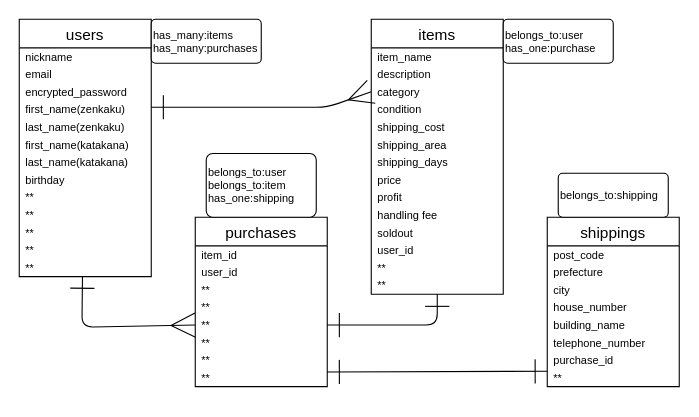
This is .dio from totototateyama/furima-41462, a draw.io file, before an edit. Source tidied: cells renumbered, new cells numbered last; positions are measured from the earlier drawing's top-left corner, leaving out a move shared by most shapes. Both pictures are drawn from the tidied source at 110%, with x=0, y=0 at pixel (19, 19).
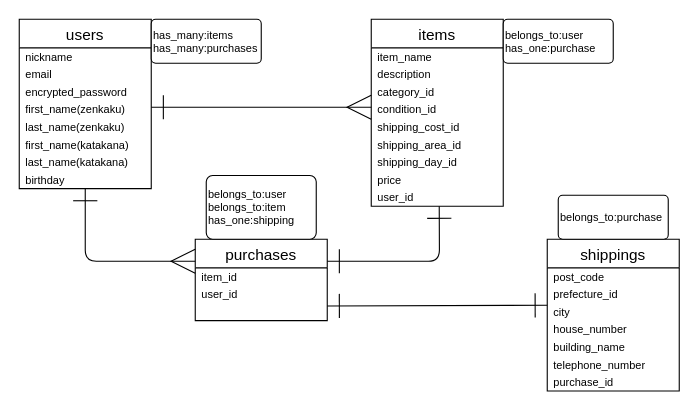
Above is the later version.

Commit message (it also covers changes not shown here):
データベース設計 #3

What changed in the source:
```diff
@@
     <mxCell id="2" value="users" style="swimlane;fontStyle=0;horizontal=1;startSize=26;align=center;fontSize=14;spacing=0;" parent="1" vertex="1">
-      <mxGeometry width="120" height="234" as="geometry" />
+      <mxGeometry width="120" height="154" as="geometry" />
     </mxCell>
@@
-    <mxCell id="11" value="**" style="text;strokeColor=none;fillColor=none;spacingLeft=4;spacingRight=4;overflow=hidden;fontSize=10;verticalAlign=middle;" parent="2" vertex="1">
-      <mxGeometry y="154" width="120" height="16" as="geometry" />
-    </mxCell>
-    <mxCell id="12" value="**" style="text;strokeColor=none;fillColor=none;spacingLeft=4;spacingRight=4;overflow=hidden;fontSize=10;verticalAlign=middle;" parent="2" vertex="1">
-      <mxGeometry y="170" width="120" height="16" as="geometry" />
-    </mxCell>
-    <mxCell id="13" value="**" style="text;strokeColor=none;fillColor=none;spacingLeft=4;spacingRight=4;overflow=hidden;fontSize=10;verticalAlign=middle;" parent="2" vertex="1">
-      <mxGeometry y="186" width="120" height="16" as="geometry" />
-    </mxCell>
-    <mxCell id="14" value="**" style="text;strokeColor=none;fillColor=none;spacingLeft=4;spacingRight=4;overflow=hidden;fontSize=10;verticalAlign=middle;" parent="2" vertex="1">
-      <mxGeometry y="202" width="120" height="16" as="geometry" />
-    </mxCell>
-    <mxCell id="15" value="**" style="text;strokeColor=none;fillColor=none;spacingLeft=4;spacingRight=4;overflow=hidden;points=[[0,0.5],[1,0.5]];portConstraint=eastwest;fontSize=10;verticalAlign=middle;" parent="2" vertex="1">
-      <mxGeometry y="218" width="120" height="16" as="geometry" />
-    </mxCell>
     <mxCell id="16" value="items" style="swimlane;fontStyle=0;horizontal=1;startSize=26;align=center;fontSize=14;spacing=0;" parent="1" vertex="1">
-      <mxGeometry x="320" width="120" height="250" as="geometry" />
+      <mxGeometry x="320" width="120" height="170" as="geometry" />
     </mxCell>
@@
-    <mxCell id="19" value="category" style="text;strokeColor=none;fillColor=none;spacingLeft=4;spacingRight=4;overflow=hidden;points=[[0,0.5],[1,0.5]];portConstraint=eastwest;fontSize=10;verticalAlign=middle;" parent="16" vertex="1">
+    <mxCell id="19" value="category_id" style="text;strokeColor=none;fillColor=none;spacingLeft=4;spacingRight=4;overflow=hidden;points=[[0,0.5],[1,0.5]];portConstraint=eastwest;fontSize=10;verticalAlign=middle;" parent="16" vertex="1">
       <mxGeometry y="58" width="120" height="16" as="geometry" />
     </mxCell>
-    <mxCell id="20" value="condition" style="text;strokeColor=none;fillColor=none;spacingLeft=4;spacingRight=4;overflow=hidden;fontSize=10;verticalAlign=middle;" parent="16" vertex="1">
+    <mxCell id="20" value="condition_id" style="text;strokeColor=none;fillColor=none;spacingLeft=4;spacingRight=4;overflow=hidden;fontSize=10;verticalAlign=middle;" parent="16" vertex="1">
       <mxGeometry y="74" width="120" height="16" as="geometry" />
     </mxCell>
-    <mxCell id="21" value="shipping_cost" style="text;strokeColor=none;fillColor=none;spacingLeft=4;spacingRight=4;overflow=hidden;fontSize=10;verticalAlign=middle;" parent="16" vertex="1">
+    <mxCell id="21" value="shipping_cost_id" style="text;strokeColor=none;fillColor=none;spacingLeft=4;spacingRight=4;overflow=hidden;fontSize=10;verticalAlign=middle;" parent="16" vertex="1">
       <mxGeometry y="90" width="120" height="16" as="geometry" />
     </mxCell>
-    <mxCell id="22" value="shipping_area" style="text;strokeColor=none;fillColor=none;spacingLeft=4;spacingRight=4;overflow=hidden;fontSize=10;verticalAlign=middle;" parent="16" vertex="1">
+    <mxCell id="22" value="shipping_area_id" style="text;strokeColor=none;fillColor=none;spacingLeft=4;spacingRight=4;overflow=hidden;fontSize=10;verticalAlign=middle;" parent="16" vertex="1">
       <mxGeometry y="106" width="120" height="16" as="geometry" />
     </mxCell>
-    <mxCell id="23" value="shipping_days" style="text;strokeColor=none;fillColor=none;spacingLeft=4;spacingRight=4;overflow=hidden;fontSize=10;verticalAlign=middle;" parent="16" vertex="1">
+    <mxCell id="23" value="shipping_day_id" style="text;strokeColor=none;fillColor=none;spacingLeft=4;spacingRight=4;overflow=hidden;fontSize=10;verticalAlign=middle;" parent="16" vertex="1">
       <mxGeometry y="122" width="120" height="16" as="geometry" />
     </mxCell>
@@
-    <mxCell id="25" value="profit" style="text;strokeColor=none;fillColor=none;spacingLeft=4;spacingRight=4;overflow=hidden;fontSize=10;verticalAlign=middle;" parent="16" vertex="1">
-      <mxGeometry y="154" width="120" height="16" as="geometry" />
-    </mxCell>
-    <mxCell id="26" value="handling fee" style="text;strokeColor=none;fillColor=none;spacingLeft=4;spacingRight=4;overflow=hidden;fontSize=10;verticalAlign=middle;" parent="16" vertex="1">
-      <mxGeometry y="170" width="120" height="16" as="geometry" />
-    </mxCell>
-    <mxCell id="27" value="soldout" style="text;strokeColor=none;fillColor=none;spacingLeft=4;spacingRight=4;overflow=hidden;fontSize=10;verticalAlign=middle;" parent="16" vertex="1">
-      <mxGeometry y="186" width="120" height="16" as="geometry" />
-    </mxCell>
     <mxCell id="28" value="user_id" style="text;strokeColor=none;fillColor=none;spacingLeft=4;spacingRight=4;overflow=hidden;points=[[0,0.5],[1,0.5]];portConstraint=eastwest;fontSize=10;verticalAlign=middle;" parent="16" vertex="1">
-      <mxGeometry y="202" width="120" height="16" as="geometry" />
+      <mxGeometry y="154" width="120" height="16" as="geometry" />
     </mxCell>
-    <mxCell id="29" value="**" style="text;strokeColor=none;fillColor=none;spacingLeft=4;spacingRight=4;overflow=hidden;fontSize=10;verticalAlign=middle;" parent="16" vertex="1">
-      <mxGeometry y="218" width="120" height="16" as="geometry" />
-    </mxCell>
-    <mxCell id="30" value="**" style="text;strokeColor=none;fillColor=none;spacingLeft=4;spacingRight=4;overflow=hidden;fontSize=10;verticalAlign=middle;" parent="16" vertex="1">
-      <mxGeometry y="234" width="120" height="16" as="geometry" />
-    </mxCell>
     <mxCell id="31" value="purchases" style="swimlane;fontStyle=0;horizontal=1;startSize=26;align=center;fontSize=14;spacing=0;" parent="1" vertex="1">
-      <mxGeometry x="160" y="180" width="120" height="154" as="geometry" />
+      <mxGeometry x="160" y="200" width="120" height="74" as="geometry" />
     </mxCell>
@@
-    <mxCell id="34" value="**" style="text;strokeColor=none;fillColor=none;spacingLeft=4;spacingRight=4;overflow=hidden;fontSize=10;verticalAlign=middle;" parent="31" vertex="1">
-      <mxGeometry y="58" width="120" height="16" as="geometry" />
-    </mxCell>
-    <mxCell id="35" value="**" style="text;strokeColor=none;fillColor=none;spacingLeft=4;spacingRight=4;overflow=hidden;fontSize=10;verticalAlign=middle;" parent="31" vertex="1">
-      <mxGeometry y="74" width="120" height="16" as="geometry" />
-    </mxCell>
-    <mxCell id="36" value="**" style="text;strokeColor=none;fillColor=none;spacingLeft=4;spacingRight=4;overflow=hidden;points=[[0,0.5],[1,0.5]];portConstraint=eastwest;fontSize=10;verticalAlign=middle;" parent="31" vertex="1">
-      <mxGeometry y="90" width="120" height="16" as="geometry" />
-    </mxCell>
-    <mxCell id="37" value="**" style="text;strokeColor=none;fillColor=none;spacingLeft=4;spacingRight=4;overflow=hidden;fontSize=10;verticalAlign=middle;" parent="31" vertex="1">
-      <mxGeometry y="106" width="120" height="16" as="geometry" />
-    </mxCell>
-    <mxCell id="38" value="**" style="text;strokeColor=none;fillColor=none;spacingLeft=4;spacingRight=4;overflow=hidden;fontSize=10;verticalAlign=middle;" parent="31" vertex="1">
-      <mxGeometry y="122" width="120" height="16" as="geometry" />
-    </mxCell>
-    <mxCell id="39" value="**" style="text;strokeColor=none;fillColor=none;spacingLeft=4;spacingRight=4;overflow=hidden;fontSize=10;verticalAlign=middle;" parent="31" vertex="1">
-      <mxGeometry y="138" width="120" height="16" as="geometry" />
-    </mxCell>
+    <mxCell id="30" value=" " style="text;strokeColor=none;fillColor=none;spacingLeft=4;spacingRight=4;overflow=hidden;fontSize=10;verticalAlign=middle;" parent="31" vertex="1">
+      <mxGeometry y="58" width="120" height="16" as="geometry" />
+    </mxCell>
-    <mxCell id="40" style="edgeStyle=none;html=1;startArrow=ERone;startFill=0;endArrow=ERmany;endFill=0;startSize=20;endSize=20;sourcePerimeterSpacing=0;targetPerimeterSpacing=0;entryX=0;entryY=0.5;entryDx=0;entryDy=0;" parent="1" edge="1" target="19">
+    <mxCell id="40" style="edgeStyle=none;html=1;startArrow=ERone;startFill=0;endArrow=ERmany;endFill=0;startSize=20;endSize=20;sourcePerimeterSpacing=0;targetPerimeterSpacing=0;" parent="1" edge="1">
       <mxGeometry relative="1" as="geometry">
         <mxPoint x="120" y="80" as="sourcePoint" />
+        <mxPoint x="320" y="80" as="targetPoint" />
         <Array as="points">
           <mxPoint x="280" y="80" />
         </Array>
       </mxGeometry>
     </mxCell>
-    <mxCell id="41" style="edgeStyle=none;html=1;startArrow=ERmany;startFill=0;endArrow=ERone;endFill=0;startSize=20;endSize=20;sourcePerimeterSpacing=0;targetPerimeterSpacing=0;entryX=0.479;entryY=0.974;entryDx=0;entryDy=0;entryPerimeter=0;exitX=0;exitY=0.5;exitDx=0;exitDy=0;" parent="1" edge="1" source="36" target="15">
+    <mxCell id="41" style="edgeStyle=none;html=1;startArrow=ERmany;startFill=0;endArrow=ERone;endFill=0;startSize=20;endSize=20;sourcePerimeterSpacing=0;targetPerimeterSpacing=0;" parent="1" edge="1">
       <mxGeometry relative="1" as="geometry">
+        <mxPoint x="160" y="220" as="sourcePoint" />
+        <mxPoint x="60" y="154" as="targetPoint" />
         <Array as="points">
-          <mxPoint x="57" y="280" />
+          <mxPoint x="60" y="220" />
         </Array>
       </mxGeometry>
     </mxCell>
-    <mxCell id="42" style="edgeStyle=none;html=1;startArrow=ERone;startFill=0;endArrow=ERone;endFill=0;startSize=20;endSize=20;sourcePerimeterSpacing=0;targetPerimeterSpacing=0;exitX=1;exitY=0.5;exitDx=0;exitDy=0;" parent="1" edge="1" source="36">
+    <mxCell id="42" style="edgeStyle=none;html=1;startArrow=ERone;startFill=0;endArrow=ERone;endFill=0;startSize=20;endSize=20;sourcePerimeterSpacing=0;targetPerimeterSpacing=0;exitX=1;exitY=0.5;exitDx=0;exitDy=0;entryX=0.515;entryY=0.996;entryDx=0;entryDy=0;entryPerimeter=0;" parent="1" edge="1" target="28">
       <mxGeometry relative="1" as="geometry">
-        <mxPoint x="380" y="250" as="targetPoint" />
+        <mxPoint x="280" y="220" as="sourcePoint" />
         <Array as="points">
-          <mxPoint x="380" y="278" />
+          <mxPoint x="350" y="220" />
+          <mxPoint x="382" y="220" />
         </Array>
       </mxGeometry>
     </mxCell>
@@
     <mxCell id="45" value="belongs_to:user&lt;br&gt;belongs_to:item&lt;br&gt;has_one:shipping" style="rounded=1;arcSize=10;whiteSpace=wrap;html=1;align=left;fontSize=10;" parent="1" vertex="1">
-      <mxGeometry x="170" y="122" width="100" height="58" as="geometry" />
+      <mxGeometry x="170" y="142" width="100" height="58" as="geometry" />
     </mxCell>
     <mxCell id="46" value="shippings" style="swimlane;fontStyle=0;horizontal=1;startSize=26;align=center;fontSize=14;spacing=0;" parent="1" vertex="1">
-      <mxGeometry x="480" y="180" width="120" height="154" as="geometry" />
+      <mxGeometry x="480" y="200" width="120" height="138" as="geometry" />
     </mxCell>
@@
-    <mxCell id="48" value="prefecture" style="text;strokeColor=none;fillColor=none;spacingLeft=4;spacingRight=4;overflow=hidden;fontSize=10;verticalAlign=middle;" parent="46" vertex="1">
+    <mxCell id="48" value="prefecture_id" style="text;strokeColor=none;fillColor=none;spacingLeft=4;spacingRight=4;overflow=hidden;fontSize=10;verticalAlign=middle;" parent="46" vertex="1">
       <mxGeometry y="42" width="120" height="16" as="geometry" />
     </mxCell>
@@
-    <mxCell id="54" value="**" style="text;strokeColor=none;fillColor=none;spacingLeft=4;spacingRight=4;overflow=hidden;fontSize=10;verticalAlign=middle;" parent="46" vertex="1">
-      <mxGeometry y="138" width="120" height="16" as="geometry" />
-    </mxCell>
     <mxCell id="55" style="edgeStyle=none;html=1;exitX=0.979;exitY=0.041;exitDx=0;exitDy=0;fontSize=10;startArrow=ERone;startFill=0;endArrow=ERone;endFill=0;startSize=20;endSize=20;sourcePerimeterSpacing=0;targetPerimeterSpacing=0;exitPerimeter=0;" parent="1" edge="1">
       <mxGeometry relative="1" as="geometry">
-        <mxPoint x="280" y="320.7" as="sourcePoint" />
-        <mxPoint x="480" y="320" as="targetPoint" />
+        <mxPoint x="280" y="260.7" as="sourcePoint" />
+        <mxPoint x="480" y="260" as="targetPoint" />
       </mxGeometry>
     </mxCell>
-    <mxCell id="56" value="belongs_to:shipping&lt;br&gt;" style="rounded=1;arcSize=10;whiteSpace=wrap;html=1;align=left;fontSize=10;" parent="1" vertex="1">
-      <mxGeometry x="490" y="140" width="100" height="40" as="geometry" />
+    <mxCell id="56" value="belongs_to:purchase" style="rounded=1;arcSize=10;whiteSpace=wrap;html=1;align=left;fontSize=10;" parent="1" vertex="1">
+      <mxGeometry x="490" y="160" width="100" height="40" as="geometry" />
     </mxCell>
```
